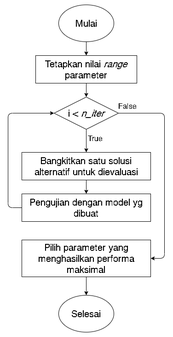
Earlier version of the draw.io export Images/flowchart_randomized_search.png (rshby/skripsi). Source tidied: cells renumbered, new cells last; positions are measured from the earlier drawing's top-left corner, leaving out a move shared by most shapes.
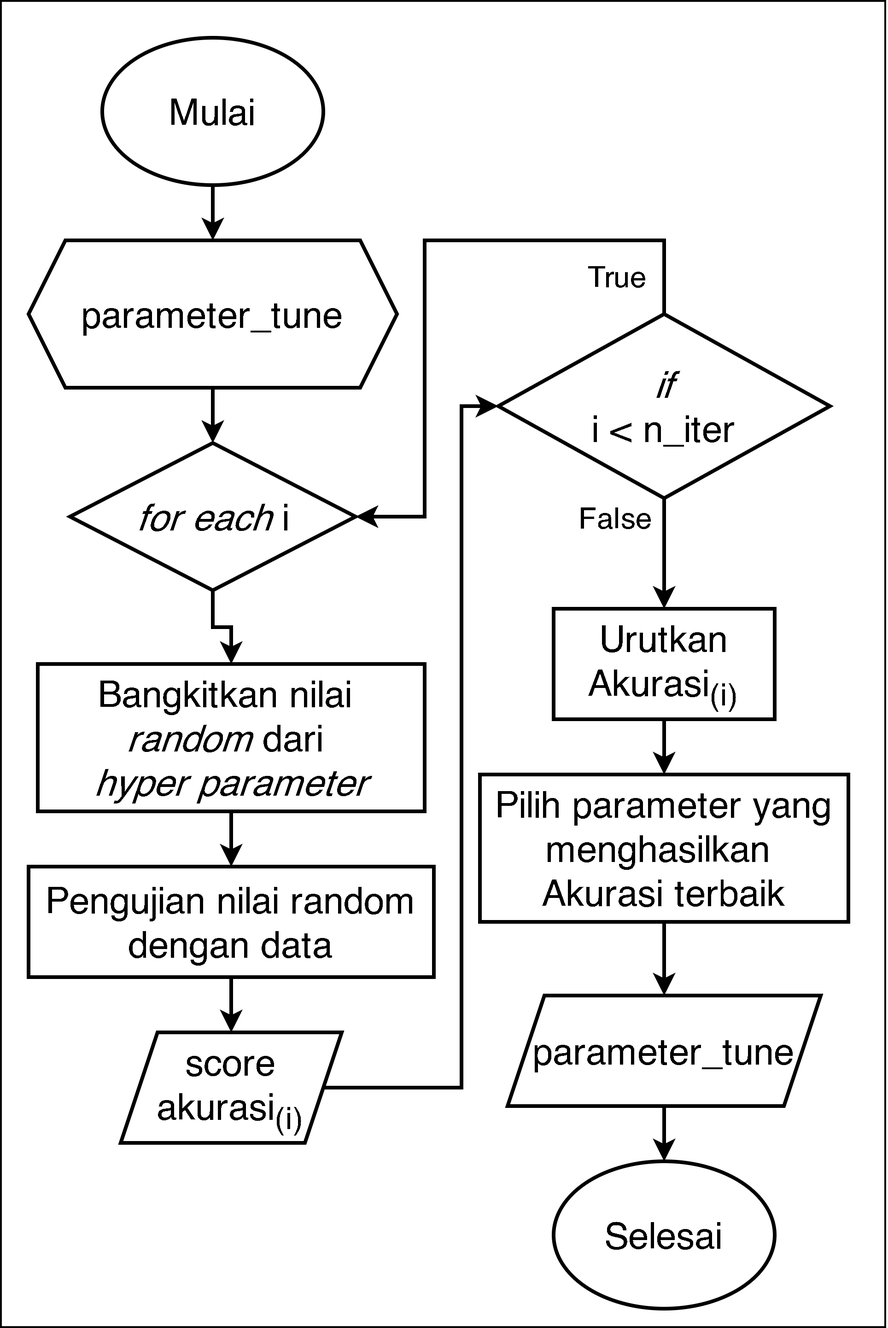
The same diagram one commit later.

Change to the diagram source:
```diff
@@ -2,63 +2,99 @@
   <root>
     <mxCell id="0" />
     <mxCell id="1" parent="0" />
+    <mxCell id="18" style="group;" parent="1" vertex="1">
+      <mxGeometry x="80" y="-50" width="480" height="720" as="geometry" />
+    </mxCell>
+    <mxCell id="19" style="rounded=0;whiteSpace=wrap;html=1;strokeWidth=1;" parent="18" vertex="1">
+      <mxGeometry width="480" height="720" as="geometry" />
+    </mxCell>
-    <mxCell id="2" value="&lt;font style=&quot;font-size: 20px&quot;&gt;Mulai&lt;/font&gt;" style="ellipse;whiteSpace=wrap;html=1;" parent="1" vertex="1">
-      <mxGeometry x="110" width="120" height="80" as="geometry" />
+    <mxCell id="2" value="&lt;font style=&quot;font-size: 20px&quot;&gt;Mulai&lt;/font&gt;" style="ellipse;whiteSpace=wrap;html=1;strokeWidth=2;" parent="18" vertex="1">
+      <mxGeometry x="55" y="20" width="120" height="80" as="geometry" />
     </mxCell>
-    <mxCell id="3" value="&lt;font style=&quot;font-size: 20px&quot;&gt;Selesai&lt;/font&gt;" style="ellipse;whiteSpace=wrap;html=1;" parent="1" vertex="1">
-      <mxGeometry x="110" y="630" width="120" height="80" as="geometry" />
+    <mxCell id="3" value="&lt;font style=&quot;font-size: 20px&quot;&gt;Selesai&lt;/font&gt;" style="ellipse;whiteSpace=wrap;html=1;strokeWidth=2;" parent="18" vertex="1">
+      <mxGeometry x="300" y="630" width="120" height="80" as="geometry" />
     </mxCell>
-    <mxCell id="4" value="&lt;font style=&quot;font-size: 20px&quot;&gt;Tetapkan nilai &lt;i&gt;range&lt;/i&gt; parameter&lt;/font&gt;" style="rounded=0;whiteSpace=wrap;html=1;" parent="1" vertex="1">
-      <mxGeometry x="60" y="110" width="220" height="60" as="geometry" />
-    </mxCell>
-    <mxCell id="5" value="&lt;span style=&quot;font-size: 20px&quot;&gt;Bangkitkan satu solusi alternatif untuk dievaluasi&lt;/span&gt;" style="rounded=0;whiteSpace=wrap;html=1;" parent="1" vertex="1">
-      <mxGeometry x="30" y="320" width="280" height="60" as="geometry" />
+    <mxCell id="5" value="&lt;span style=&quot;font-size: 20px&quot;&gt;Bangkitkan nilai &lt;br&gt;&lt;i&gt;random&lt;/i&gt; dari &lt;br&gt;&lt;i&gt;hyper parameter&lt;/i&gt;&lt;/span&gt;" style="rounded=0;whiteSpace=wrap;html=1;strokeWidth=2;" parent="18" vertex="1">
+      <mxGeometry x="20" y="360" width="210" height="80" as="geometry" />
     </mxCell>
-    <mxCell id="6" value="&lt;span style=&quot;font-size: 20px&quot;&gt;Pengujian dengan model yg dibuat&lt;/span&gt;" style="rounded=0;whiteSpace=wrap;html=1;" parent="1" vertex="1">
-      <mxGeometry x="30" y="410" width="280" height="60" as="geometry" />
+    <mxCell id="6" value="&lt;span style=&quot;font-size: 20px&quot;&gt;Pengujian nilai random&lt;br&gt;dengan data&lt;br&gt;&lt;/span&gt;" style="rounded=0;whiteSpace=wrap;html=1;strokeWidth=2;" parent="18" vertex="1">
+      <mxGeometry x="15" y="470" width="220" height="60" as="geometry" />
     </mxCell>
-    <mxCell id="7" value="&lt;span style=&quot;font-size: 20px&quot;&gt;Pilih parameter yang menghasilkan performa maksimal&lt;/span&gt;" style="rounded=0;whiteSpace=wrap;html=1;" parent="1" vertex="1">
-      <mxGeometry x="30" y="510" width="280" height="80" as="geometry" />
+    <mxCell id="7" value="&lt;span style=&quot;font-size: 20px&quot;&gt;Pilih parameter yang menghasilkan &lt;br&gt;Akurasi terbaik&lt;/span&gt;" style="rounded=0;whiteSpace=wrap;html=1;strokeWidth=2;" parent="18" vertex="1">
+      <mxGeometry x="260" y="420" width="200" height="80" as="geometry" />
     </mxCell>
-    <mxCell id="8" style="endArrow=classic;html=1;exitX=0.5;exitY=1;exitDx=0;exitDy=0;entryX=0.5;entryY=0;entryDx=0;entryDy=0;" parent="1" edge="1" source="2" target="4">
-      <mxGeometry relative="1" as="geometry" />
-    </mxCell>
-    <mxCell id="9" style="endArrow=classic;html=1;exitX=0.5;exitY=1;exitDx=0;exitDy=0;entryX=0.5;entryY=0;entryDx=0;entryDy=0;" parent="1" edge="1" source="5" target="6">
+    <mxCell id="9" style="endArrow=classic;html=1;exitX=0.5;exitY=1;exitDx=0;exitDy=0;entryX=0.5;entryY=0;entryDx=0;entryDy=0;strokeWidth=2;" parent="18" edge="1" source="5" target="6">
       <mxGeometry relative="1" as="geometry" />
     </mxCell>
-    <mxCell id="10" style="endArrow=classic;html=1;exitX=0.5;exitY=1;exitDx=0;exitDy=0;entryX=0.5;entryY=0;entryDx=0;entryDy=0;" parent="1" edge="1" source="7" target="3">
-      <mxGeometry relative="1" as="geometry" />
-    </mxCell>
-    <mxCell id="11" value="&lt;font style=&quot;font-size: 20px&quot;&gt;i &amp;lt;&amp;nbsp;&lt;i&gt;n_iter&lt;/i&gt;&lt;/font&gt;" style="rhombus;whiteSpace=wrap;html=1;" parent="1" vertex="1">
-      <mxGeometry x="100" y="200" width="140" height="70" as="geometry" />
+    <mxCell id="11" value="&lt;font style=&quot;font-size: 20px&quot;&gt;&lt;i&gt;for each&amp;nbsp;&lt;/i&gt;i&lt;br&gt;&lt;/font&gt;" style="rhombus;whiteSpace=wrap;html=1;strokeWidth=2;" parent="18" vertex="1">
+      <mxGeometry x="37.5" y="240" width="155" height="80" as="geometry" />
     </mxCell>
-    <mxCell id="12" style="endArrow=classic;html=1;exitX=0.5;exitY=1;exitDx=0;exitDy=0;entryX=0.5;entryY=0;entryDx=0;entryDy=0;" parent="1" edge="1" source="4" target="11">
-      <mxGeometry relative="1" as="geometry" />
-    </mxCell>
-    <mxCell id="13" style="endArrow=classic;html=1;exitX=0.5;exitY=1;exitDx=0;exitDy=0;entryX=0.5;entryY=0;entryDx=0;entryDy=0;" parent="1" edge="1" source="11" target="5">
-      <mxGeometry relative="1" as="geometry" />
+    <mxCell id="13" style="endArrow=classic;html=1;exitX=0.5;exitY=1;exitDx=0;exitDy=0;entryX=0.5;entryY=0;entryDx=0;entryDy=0;strokeWidth=2;rounded=0;" parent="18" edge="1" source="11" target="5">
+      <mxGeometry relative="1" as="geometry">
+        <Array as="points">
+          <mxPoint x="115" y="340" />
+          <mxPoint x="125" y="340" />
+        </Array>
+      </mxGeometry>
     </mxCell>
-    <mxCell id="14" style="endArrow=classic;html=1;exitX=1;exitY=0.5;exitDx=0;exitDy=0;entryX=1;entryY=0.5;entryDx=0;entryDy=0;" parent="1" edge="1" source="11" target="7">
-      <mxGeometry relative="1" as="geometry">
-        <Array as="points">
-          <mxPoint x="340" y="235" />
-          <mxPoint x="340" y="550" />
-        </Array>
-      </mxGeometry>
-    </mxCell>
-    <mxCell id="15" style="endArrow=classic;html=1;exitX=0;exitY=0.5;exitDx=0;exitDy=0;entryX=0;entryY=0.5;entryDx=0;entryDy=0;" parent="1" edge="1" source="6" target="11">
-      <mxGeometry relative="1" as="geometry">
-        <Array as="points">
-          <mxPoint y="440" />
-          <mxPoint y="235" />
-        </Array>
-      </mxGeometry>
-    </mxCell>
+    <mxCell id="20" value="&lt;font style=&quot;font-size: 20px&quot;&gt;parameter_tune&lt;/font&gt;" style="shape=hexagon;perimeter=hexagonPerimeter2;whiteSpace=wrap;html=1;fixedSize=1;strokeWidth=2;" parent="18" vertex="1">
+      <mxGeometry x="15" y="130" width="200" height="80" as="geometry" />
+    </mxCell>
+    <mxCell id="21" value="&lt;font style=&quot;font-size: 20px&quot;&gt;&lt;i&gt;if&lt;/i&gt;&lt;br&gt;i &amp;lt; n_iter&lt;/font&gt;" style="rhombus;whiteSpace=wrap;html=1;strokeWidth=2;" parent="18" vertex="1">
+      <mxGeometry x="270" y="170" width="180" height="100" as="geometry" />
+    </mxCell>
+    <mxCell id="22" value="&lt;font style=&quot;font-size: 20px&quot;&gt;score&lt;br&gt;akurasi&lt;sub&gt;(i)&lt;/sub&gt;&lt;/font&gt;" style="shape=parallelogram;perimeter=parallelogramPerimeter;whiteSpace=wrap;html=1;fixedSize=1;strokeWidth=2;" parent="18" vertex="1">
+      <mxGeometry x="65" y="560" width="120" height="60" as="geometry" />
+    </mxCell>
+    <mxCell id="23" style="endArrow=classic;html=1;strokeWidth=2;exitX=0.5;exitY=1;exitDx=0;exitDy=0;entryX=0.5;entryY=0;entryDx=0;entryDy=0;" parent="18" edge="1" source="6" target="22">
+      <mxGeometry relative="1" as="geometry" />
+    </mxCell>
+    <mxCell id="24" style="endArrow=classic;html=1;strokeWidth=2;exitX=1;exitY=0.5;exitDx=0;exitDy=0;entryX=0;entryY=0.5;entryDx=0;entryDy=0;rounded=0;" parent="18" edge="1" source="22" target="21">
+      <mxGeometry relative="1" as="geometry">
+        <Array as="points">
+          <mxPoint x="250" y="590" />
+          <mxPoint x="250" y="220" />
+        </Array>
+      </mxGeometry>
+    </mxCell>
+    <mxCell id="25" style="endArrow=classic;html=1;strokeWidth=2;exitX=0.5;exitY=0;exitDx=0;exitDy=0;entryX=1;entryY=0.5;entryDx=0;entryDy=0;rounded=0;" parent="18" edge="1" source="21" target="11">
+      <mxGeometry relative="1" as="geometry">
+        <Array as="points">
+          <mxPoint x="360" y="130" />
+          <mxPoint x="230" y="130" />
+          <mxPoint x="230" y="280" />
+        </Array>
+      </mxGeometry>
+    </mxCell>
+    <mxCell id="26" value="&lt;font style=&quot;font-size: 20px&quot;&gt;Urutkan&lt;br&gt;Akurasi&lt;sub&gt;(i)&lt;/sub&gt;&lt;/font&gt;" style="rounded=0;whiteSpace=wrap;html=1;strokeWidth=2;" parent="18" vertex="1">
+      <mxGeometry x="300" y="330" width="120" height="60" as="geometry" />
+    </mxCell>
+    <mxCell id="27" style="endArrow=classic;html=1;strokeWidth=2;exitX=0.5;exitY=1;exitDx=0;exitDy=0;entryX=0.5;entryY=0;entryDx=0;entryDy=0;" parent="18" edge="1" source="21" target="26">
+      <mxGeometry relative="1" as="geometry" />
+    </mxCell>
+    <mxCell id="28" style="endArrow=classic;html=1;strokeWidth=2;exitX=0.5;exitY=1;exitDx=0;exitDy=0;entryX=0.5;entryY=0;entryDx=0;entryDy=0;" parent="18" edge="1" source="26" target="7">
+      <mxGeometry relative="1" as="geometry" />
+    </mxCell>
+    <mxCell id="29" style="endArrow=classic;html=1;strokeWidth=2;exitX=0.5;exitY=1;exitDx=0;exitDy=0;entryX=0.5;entryY=0;entryDx=0;entryDy=0;" parent="18" edge="1" source="20" target="11">
+      <mxGeometry relative="1" as="geometry" />
+    </mxCell>
+    <mxCell id="30" style="endArrow=classic;html=1;strokeWidth=2;exitX=0.5;exitY=1;exitDx=0;exitDy=0;entryX=0.5;entryY=0;entryDx=0;entryDy=0;" parent="18" edge="1" source="2" target="20">
+      <mxGeometry relative="1" as="geometry" />
+    </mxCell>
-    <mxCell id="16" value="&lt;font style=&quot;font-size: 16px&quot;&gt;True&lt;/font&gt;" style="text;html=1;strokeColor=none;fillColor=none;align=center;verticalAlign=middle;whiteSpace=wrap;rounded=0;" parent="1" vertex="1">
-      <mxGeometry x="170" y="280" width="40" height="20" as="geometry" />
+    <mxCell id="16" value="&lt;font style=&quot;font-size: 16px&quot;&gt;True&lt;/font&gt;" style="text;html=1;strokeColor=none;fillColor=none;align=center;verticalAlign=middle;whiteSpace=wrap;rounded=0;" parent="18" vertex="1">
+      <mxGeometry x="315" y="140" width="40" height="20" as="geometry" />
     </mxCell>
-    <mxCell id="17" value="&lt;font style=&quot;font-size: 16px&quot;&gt;False&lt;/font&gt;" style="text;html=1;strokeColor=none;fillColor=none;align=center;verticalAlign=middle;whiteSpace=wrap;rounded=0;" parent="1" vertex="1">
-      <mxGeometry x="240" y="210" width="40" height="20" as="geometry" />
+    <mxCell id="17" value="&lt;font style=&quot;font-size: 16px&quot;&gt;False&lt;/font&gt;" style="text;html=1;strokeColor=none;fillColor=none;align=center;verticalAlign=middle;whiteSpace=wrap;rounded=0;" parent="18" vertex="1">
+      <mxGeometry x="314" y="271" width="40" height="20" as="geometry" />
     </mxCell>
+    <mxCell id="31" value="&lt;span style=&quot;font-size: 20px&quot;&gt;parameter_tune&lt;/span&gt;" style="shape=parallelogram;perimeter=parallelogramPerimeter;whiteSpace=wrap;html=1;fixedSize=1;strokeWidth=2;" parent="18" vertex="1">
+      <mxGeometry x="275" y="540" width="170" height="60" as="geometry" />
+    </mxCell>
+    <mxCell id="32" style="endArrow=classic;html=1;strokeWidth=2;exitX=0.5;exitY=1;exitDx=0;exitDy=0;entryX=0.5;entryY=0;entryDx=0;entryDy=0;" parent="18" edge="1" source="7" target="31">
+      <mxGeometry relative="1" as="geometry" />
+    </mxCell>
+    <mxCell id="33" style="endArrow=classic;html=1;strokeWidth=2;exitX=0.5;exitY=1;exitDx=0;exitDy=0;entryX=0.5;entryY=0;entryDx=0;entryDy=0;" parent="18" edge="1" source="31" target="3">
+      <mxGeometry relative="1" as="geometry" />
+    </mxCell>
   </root>
 </mxGraphModel>
```
